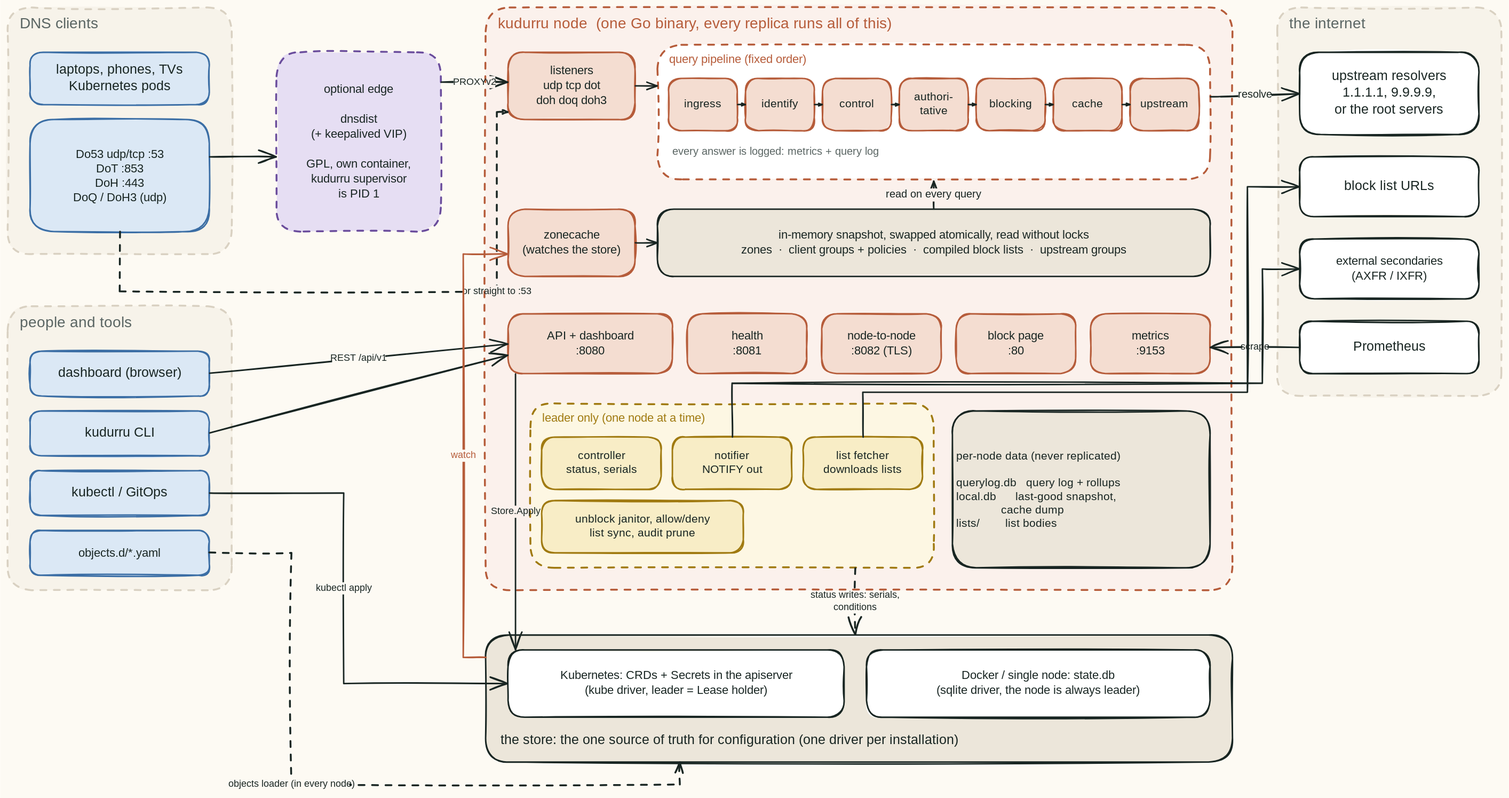
The Excalidraw diagram docs/architecture/diagrams/overview.excalidraw.svg in robertherbaugh/kudurru, before a commit. Source tidied: one line per element, renumbered; positions are measured from the earlier drawing's top-left corner, leaving out a move shared by most shapes.
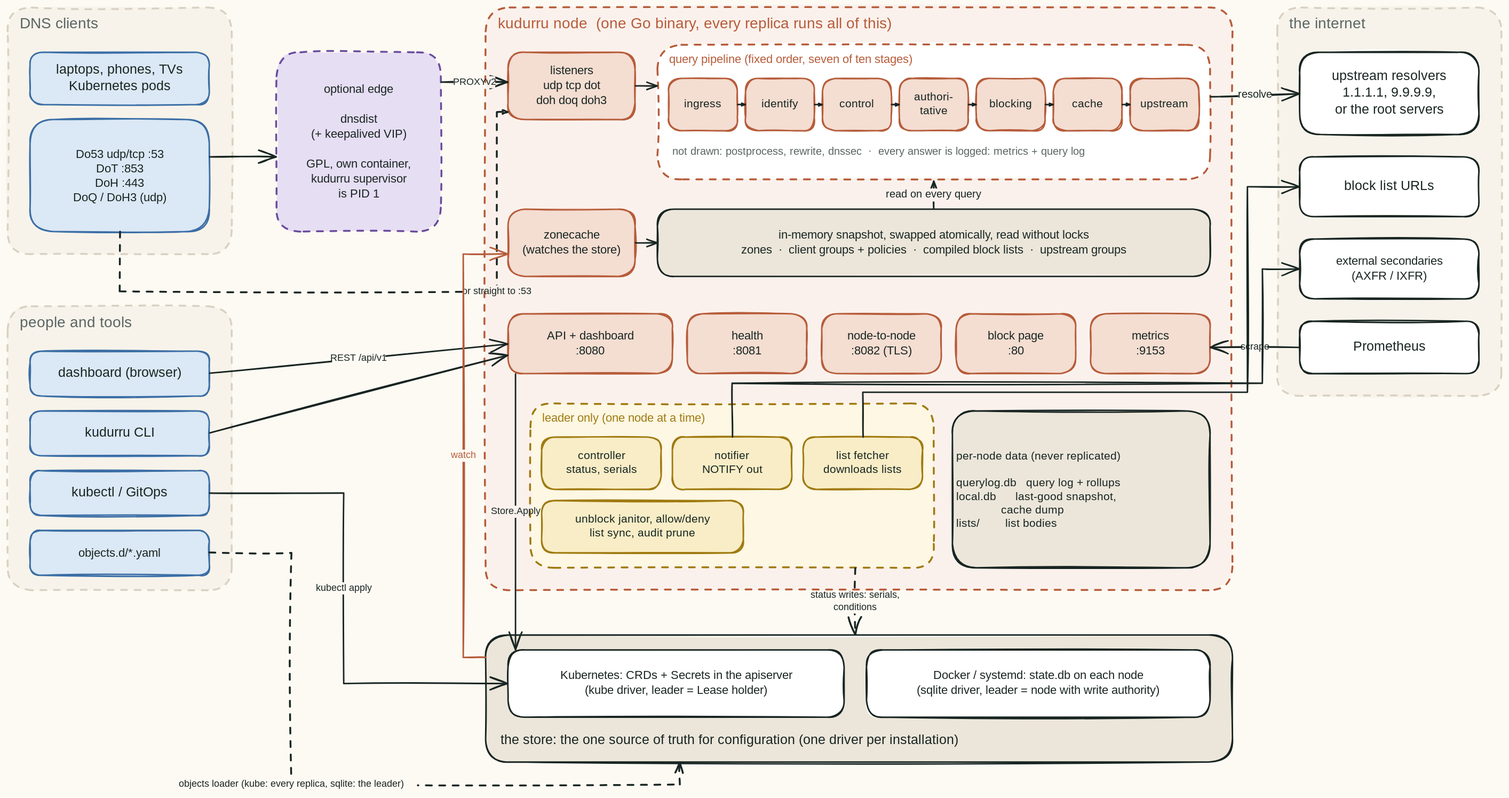
After the commit.

Commit message:
docs(architecture): relabel three hand-drawn diagrams for v0.2

Change to the diagram source:
```diff
@@ -13,7 +13,7 @@
 {"id": 12, "type": "text", "text": "kudurru node  (one Go binary, every replica runs all of this)", "strokeColor": "#B65C3A", "strokeWidth": 2, "roughness": 1, "fontSize": 20, "fontFamily": 5, "x": 656, "y": 10, "width": 477, "height": 25}
 {"id": 13, "type": "rectangle", "strokeColor": "#B65C3A", "backgroundColor": "#f4ddd1", "fillStyle": "solid", "strokeWidth": 2, "roughness": 1, "round": true, "x": 670, "y": 60, "width": 170, "height": 90}
 {"id": 14, "type": "rectangle", "strokeColor": "#B65C3A", "backgroundColor": "#ffffff", "fillStyle": "solid", "strokeWidth": 2, "strokeStyle": "dashed", "roughness": 1, "round": true, "x": 870, "y": 50, "width": 740, "height": 180}
-{"id": 15, "type": "text", "text": "query pipeline (fixed order)", "strokeColor": "#B65C3A", "strokeWidth": 2, "roughness": 1, "fontSize": 16, "fontFamily": 5, "x": 886, "y": 60, "width": 177, "height": 20}
+{"id": 15, "type": "text", "text": "query pipeline (fixed order, seven of ten stages)", "strokeColor": "#B65C3A", "strokeWidth": 2, "roughness": 1, "fontSize": 16, "fontFamily": 5, "x": 886, "y": 60, "width": 376, "height": 20}
 {"id": 16, "type": "rectangle", "strokeColor": "#B65C3A", "backgroundColor": "#f4ddd1", "fillStyle": "solid", "strokeWidth": 2, "roughness": 1, "round": true, "x": 885, "y": 95, "width": 92, "height": 70}
 {"id": 17, "type": "rectangle", "strokeColor": "#B65C3A", "backgroundColor": "#f4ddd1", "fillStyle": "solid", "strokeWidth": 2, "roughness": 1, "round": true, "x": 988, "y": 95, "width": 92, "height": 70}
 {"id": 18, "type": "rectangle", "strokeColor": "#B65C3A", "backgroundColor": "#f4ddd1", "fillStyle": "solid", "strokeWidth": 2, "roughness": 1, "round": true, "x": 1091, "y": 95, "width": 92, "height": 70}
@@ -27,7 +27,7 @@
 {"id": 26, "type": "arrow", "strokeColor": "#182522", "strokeWidth": 2, "roughness": 1, "endArrowhead": "arrow", "from": 19, "to": 20, "x": 1286, "y": 130, "width": 10, "height": 0, "points": [[0, 0], [10, 0]]}
 {"id": 27, "type": "arrow", "strokeColor": "#182522", "strokeWidth": 2, "roughness": 1, "endArrowhead": "arrow", "from": 20, "to": 21, "x": 1390, "y": 130, "width": 10, "height": 0, "points": [[0, 0], [10, 0]]}
 {"id": 28, "type": "arrow", "strokeColor": "#182522", "strokeWidth": 2, "roughness": 1, "endArrowhead": "arrow", "from": 21, "to": 22, "x": 1492, "y": 130, "width": 10, "height": 0, "points": [[0, 0], [10, 0]]}
-{"id": 29, "type": "text", "text": "every answer is logged: metrics + query log", "strokeColor": "#5b6664", "strokeWidth": 2, "roughness": 1, "fontSize": 14, "fontFamily": 5, "x": 890, "y": 185, "width": 245, "height": 18}
+{"id": 29, "type": "text", "text": "not drawn: postprocess, rewrite, dnssec  ·  every answer is logged: metrics + query log", "strokeColor": "#5b6664", "strokeWidth": 2, "roughness": 1, "fontSize": 14, "fontFamily": 5, "x": 890, "y": 185, "width": 587, "height": 18}
 {"id": 30, "type": "rectangle", "strokeColor": "#182522", "backgroundColor": "#ece6da", "fillStyle": "solid", "strokeWidth": 2, "roughness": 1, "round": true, "x": 870, "y": 270, "width": 740, "height": 90}
 {"id": 31, "type": "arrow", "strokeColor": "#182522", "strokeWidth": 2, "roughness": 1, "endArrowhead": "arrow", "from": 30, "to": 14, "x": 1240, "y": 270, "width": 0, "height": 37, "points": [[0, 0], [0, -37]]}
 {"id": 32, "type": "rectangle", "strokeColor": "#B65C3A", "backgroundColor": "#f4ddd1", "fillStyle": "solid", "strokeWidth": 2, "roughness": 1, "round": true, "x": 670, "y": 270, "width": 170, "height": 90}
@@ -102,14 +102,14 @@
 {"id": 101, "type": "text", "text": "external secondaries\n(AXFR / IXFR)", "strokeColor": "#182522", "strokeWidth": 2, "roughness": 1, "fontSize": 16, "fontFamily": 5, "textAlign": "center", "verticalAlign": "middle", "inside": 50, "x": 1785, "y": 330, "width": 130, "height": 40}
 {"id": 102, "type": "text", "text": "Prometheus", "strokeColor": "#182522", "strokeWidth": 2, "roughness": 1, "fontSize": 18, "fontFamily": 5, "textAlign": "center", "verticalAlign": "middle", "inside": 51, "x": 1808, "y": 444, "width": 85, "height": 22}
 {"id": 103, "type": "text", "text": "Kubernetes: CRDs + Secrets in the apiserver\n(kube driver, leader = Lease holder)", "strokeColor": "#182522", "strokeWidth": 2, "roughness": 1, "fontSize": 16, "fontFamily": 5, "textAlign": "center", "verticalAlign": "middle", "inside": 54, "x": 752, "y": 885, "width": 286, "height": 40}
-{"id": 104, "type": "text", "text": "Docker / single node: state.db\n(sqlite driver, the node is always leader)", "strokeColor": "#182522", "strokeWidth": 2, "roughness": 1, "fontSize": 16, "fontFamily": 5, "textAlign": "center", "verticalAlign": "middle", "inside": 55, "x": 1252, "y": 885, "width": 256, "height": 40}
+{"id": 104, "type": "text", "text": "Docker / systemd: state.db on each node\n(sqlite driver, leader = node with write authority)", "strokeColor": "#182522", "strokeWidth": 2, "roughness": 1, "fontSize": 16, "fontFamily": 5, "textAlign": "center", "verticalAlign": "middle", "inside": 55, "x": 1187, "y": 885, "width": 385, "height": 40}
 {"id": 105, "type": "text", "text": "PROXYv2", "strokeColor": "#182522", "strokeWidth": 2, "roughness": 1, "fontSize": 13, "fontFamily": 5, "textAlign": "center", "verticalAlign": "middle", "inside": 57, "x": 597, "y": 92, "width": 56, "height": 16}
 {"id": 106, "type": "text", "text": "or straight to :53", "strokeColor": "#182522", "strokeWidth": 2, "roughness": 1, "fontSize": 13, "fontFamily": 5, "textAlign": "center", "verticalAlign": "middle", "inside": 58, "x": 612, "y": 372, "width": 86, "height": 16}
 {"id": 107, "type": "text", "text": "resolve", "strokeColor": "#182522", "strokeWidth": 2, "roughness": 1, "fontSize": 14, "fontFamily": 5, "textAlign": "center", "verticalAlign": "middle", "inside": 60, "x": 1648, "y": 109, "width": 44, "height": 18}
 {"id": 108, "type": "text", "text": "REST /api/v1", "strokeColor": "#182522", "strokeWidth": 2, "roughness": 1, "fontSize": 13, "fontFamily": 5, "textAlign": "center", "verticalAlign": "middle", "inside": 61, "x": 434, "y": 462, "width": 71, "height": 16}
 {"id": 109, "type": "text", "text": "Store.Apply", "strokeColor": "#182522", "strokeWidth": 2, "roughness": 1, "fontSize": 13, "fontFamily": 5, "textAlign": "center", "verticalAlign": "middle", "inside": 63, "x": 648, "y": 667, "width": 63, "height": 16}
 {"id": 110, "type": "text", "text": "kubectl apply", "strokeColor": "#182522", "strokeWidth": 2, "roughness": 1, "fontSize": 13, "fontFamily": 5, "textAlign": "center", "verticalAlign": "middle", "inside": 64, "x": 415, "y": 769, "width": 70, "height": 16}
-{"id": 111, "type": "text", "text": "objects loader (in every node)", "strokeColor": "#182522", "strokeWidth": 2, "roughness": 1, "fontSize": 13, "fontFamily": 5, "textAlign": "center", "verticalAlign": "middle", "inside": 65, "x": 302, "y": 1032, "width": 155, "height": 16}
+{"id": 111, "type": "text", "text": "objects loader (kube: every replica, sqlite: the leader)", "strokeColor": "#182522", "strokeWidth": 2, "roughness": 1, "fontSize": 13, "fontFamily": 5, "textAlign": "center", "verticalAlign": "middle", "inside": 65, "x": 212, "y": 1032, "width": 336, "height": 16}
 {"id": 112, "type": "text", "text": "watch", "strokeColor": "#B65C3A", "strokeWidth": 2, "roughness": 1, "fontSize": 13, "fontFamily": 5, "textAlign": "center", "verticalAlign": "middle", "inside": 66, "x": 594, "y": 592, "width": 31, "height": 16}
 {"id": 113, "type": "text", "text": "scrape", "strokeColor": "#182522", "strokeWidth": 2, "roughness": 1, "fontSize": 13, "fontFamily": 5, "textAlign": "center", "verticalAlign": "middle", "inside": 69, "x": 1653, "y": 447, "width": 33, "height": 16}
 {"id": 114, "type": "text", "text": "status writes: serials,\nconditions", "strokeColor": "#182522", "strokeWidth": 2, "roughness": 1, "fontSize": 13, "fontFamily": 5, "textAlign": "center", "verticalAlign": "middle", "inside": 70, "x": 1081, "y": 779, "width": 108, "height": 32}
```
